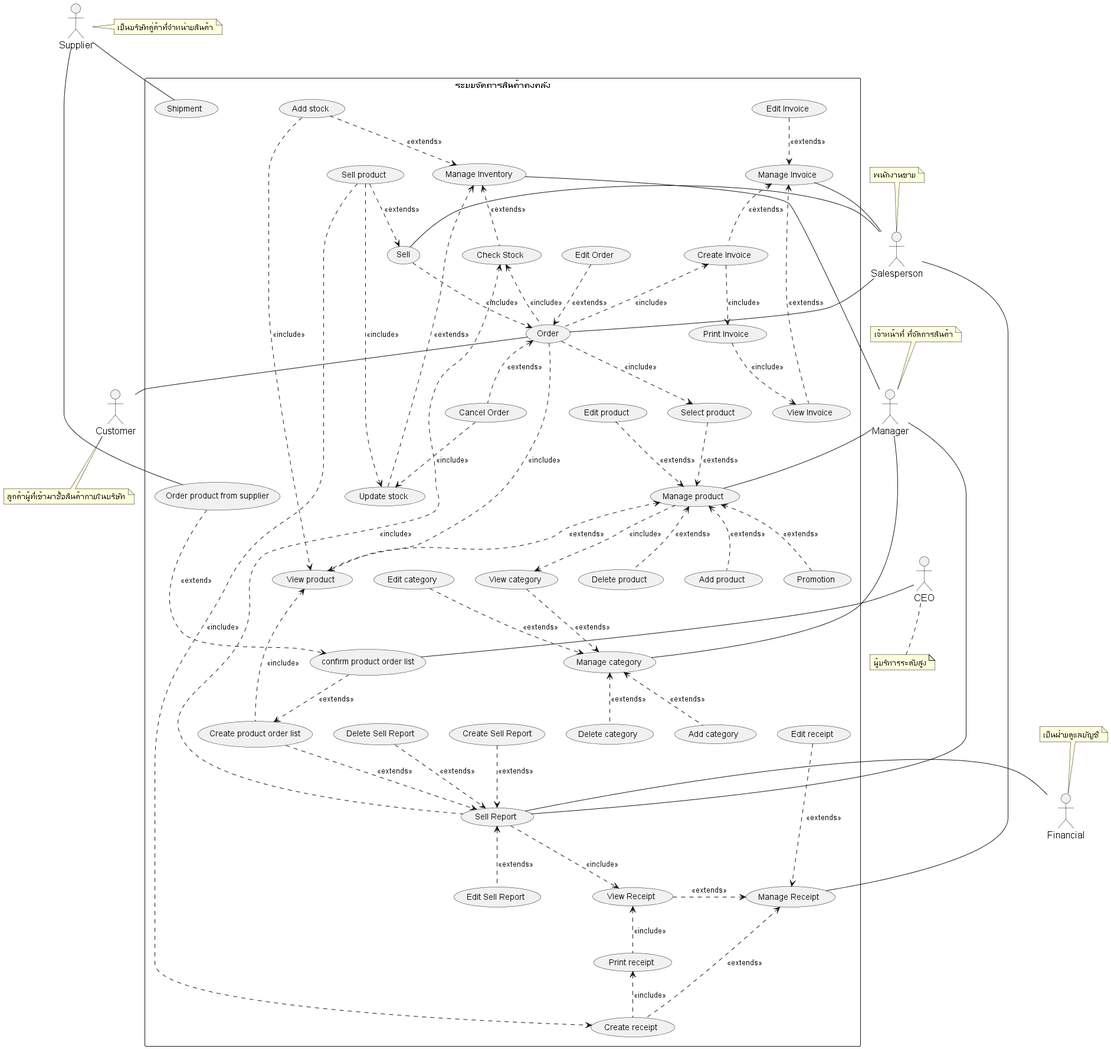
Above: out/system-analysis/usecase/_0_usecase-diagram/_0_usecase-diagram.png in billowdev/inventory-system-plantuml-sequelize-seeder-example (PlantUML), before the change.
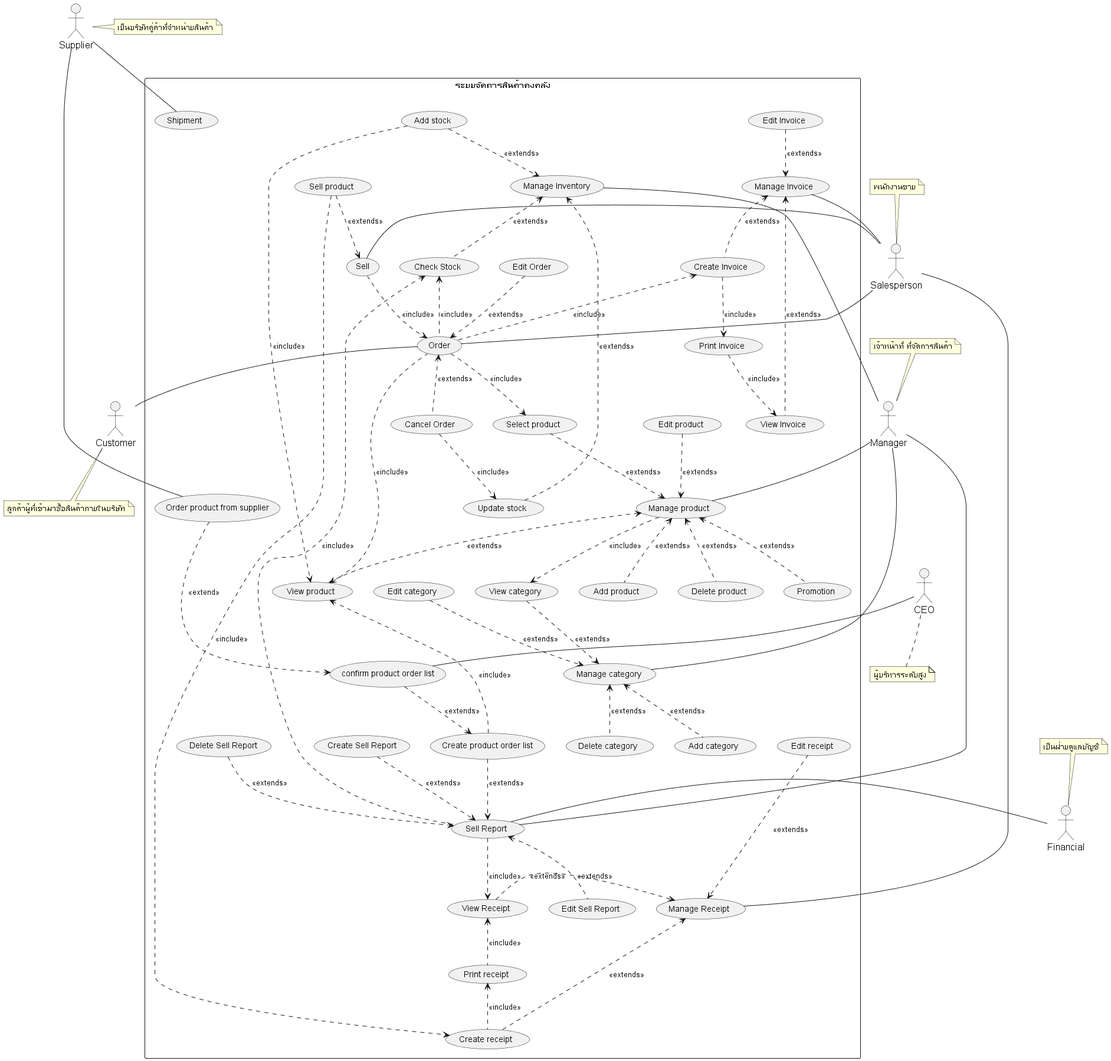
The same diagram one commit later.

Diff of the diagram source:
```diff
@@ -117,7 +117,6 @@
     (usecaseInventory) <.. (usecaseCheckStock) : <<extends>>
 
     (usecaseSellProduct) ..> (usecaseSell) : <<extends>>
-    (usecaseSellProduct)  ..> (usecaseUpdateStock)   : <<include>>
 
     (usecaseSellProduct)  ..> (usecaseCreateReceipt) : <<include>>
     (usecaseSell)  ..> (usecaseOrder) : <<include>>
```
